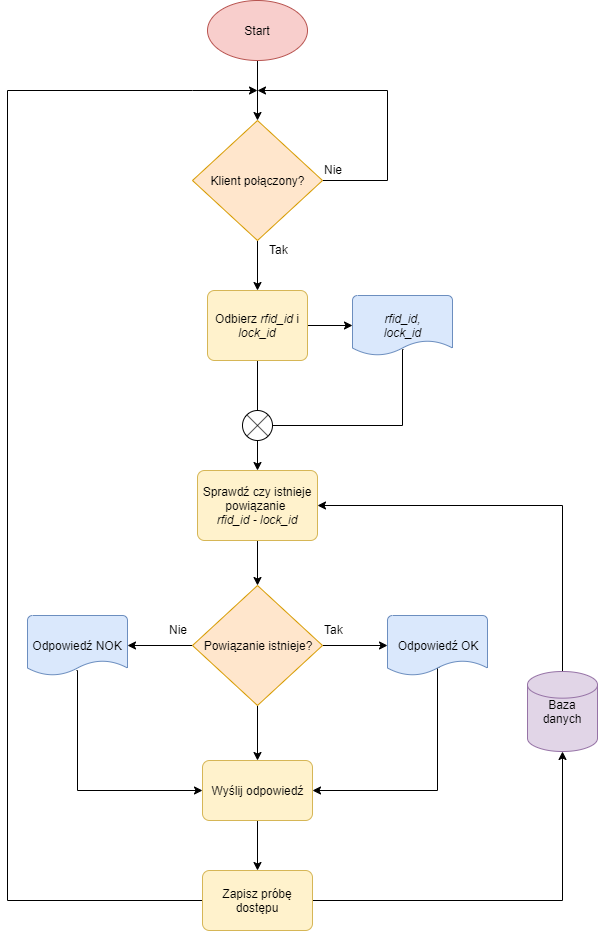
Earlier version of the draw.io export docs/chapters/images/flowchart5.png (adapiekarska/centralized-lock-system). Source tidied: cells renumbered, new cells last; positions are measured from the earlier drawing's top-left corner, leaving out a move shared by most shapes.
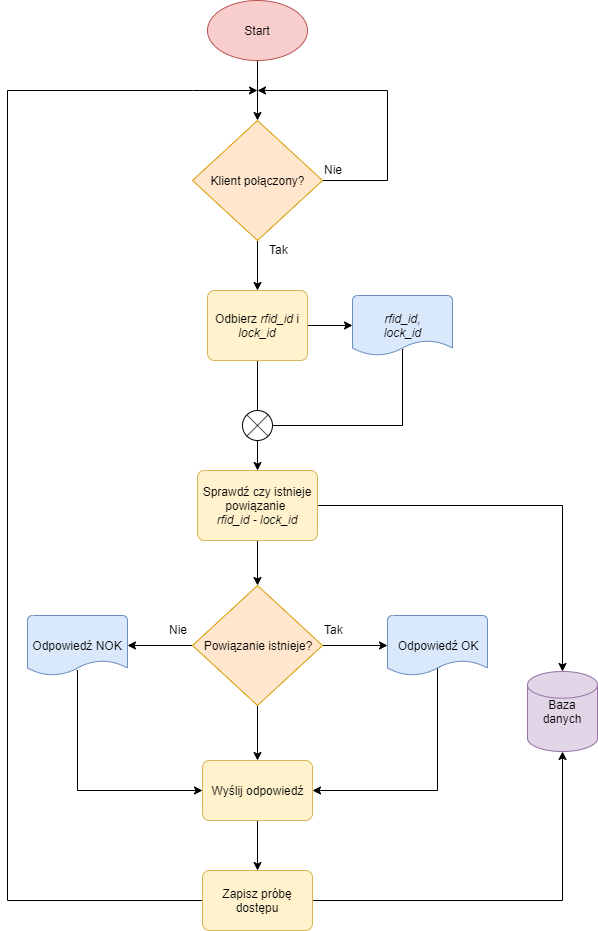
Later version of the same file.

What changed in the source:
```diff
@@ -38,7 +38,7 @@
     <mxCell id="11" value="Tak" style="text;html=1;align=left;verticalAlign=top;spacingTop=-4;" parent="1" vertex="1">
       <mxGeometry x="260" y="240" width="30" height="20" as="geometry" />
     </mxCell>
-    <mxCell id="12" style="edgeStyle=orthogonalEdgeStyle;rounded=0;jettySize=auto;html=1;entryX=1;entryY=0.5;entryDx=0;entryDy=0;startArrow=none;startFill=0;endArrow=classic;endFill=1;" parent="1" edge="1" source="13" target="15">
+    <mxCell id="12" style="edgeStyle=orthogonalEdgeStyle;rounded=0;jettySize=auto;html=1;entryX=1;entryY=0.5;entryDx=0;entryDy=0;startArrow=classic;startFill=1;endArrow=none;endFill=0;" parent="1" edge="1" source="13" target="15">
       <mxGeometry relative="1" as="geometry">
         <Array as="points">
           <mxPoint x="555" y="505" />
```
